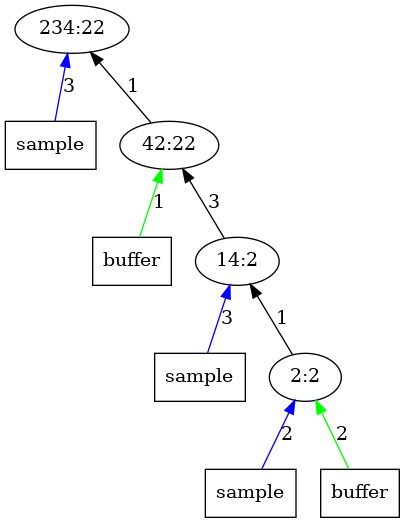
Earlier version of the Graphviz export outputImages/op22.png.png (AbhikKhan/MTP_IITG). Its source is kept beside it as outputTrees/op22.dot.
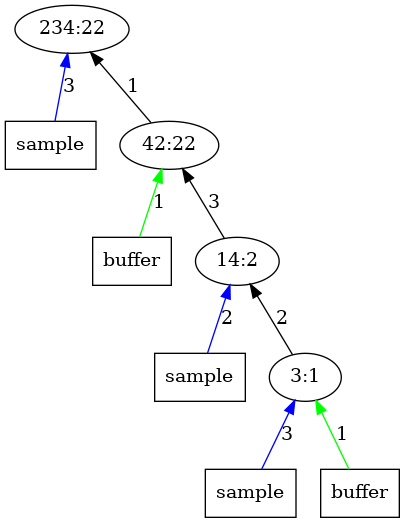
After the commit.

Diff of the diagram source:
```diff
@@ -3,18 +3,18 @@
 	x11 -> 1 [label = "3", color = "blue"];
 	x11 [label = "sample", shape = "box"];
 	1 [label = "234:22"];
-	2 -> 1 [label = "1", color = "black"];
 	x22 -> 2 [label = "1", color = "green"];
 	x22 [label = "buffer", shape = "box"];
+	2 -> 1 [label = "1", color = "black"];
 	2 [label = "42:22"];
 	3 -> 2 [label = "3", color = "black"];
-	x31 -> 3 [label = "3", color = "blue"];
+	x31 -> 3 [label = "2", color = "blue"];
 	x31 [label = "sample", shape = "box"];
 	3 [label = "14:2"];
-	4 -> 3 [label = "1", color = "black"];
-	x41 -> 4 [label = "2", color = "blue"];
+	4 -> 3 [label = "2", color = "black"];
+	x41 -> 4 [label = "3", color = "blue"];
 	x41 [label = "sample", shape = "box"];
-	x42 -> 4 [label = "2", color = "green"];
+	x42 -> 4 [label = "1", color = "green"];
 	x42 [label = "buffer", shape = "box"];
-	4 [label = "2:2"];
+	4 [label = "3:1"];
 }
```
